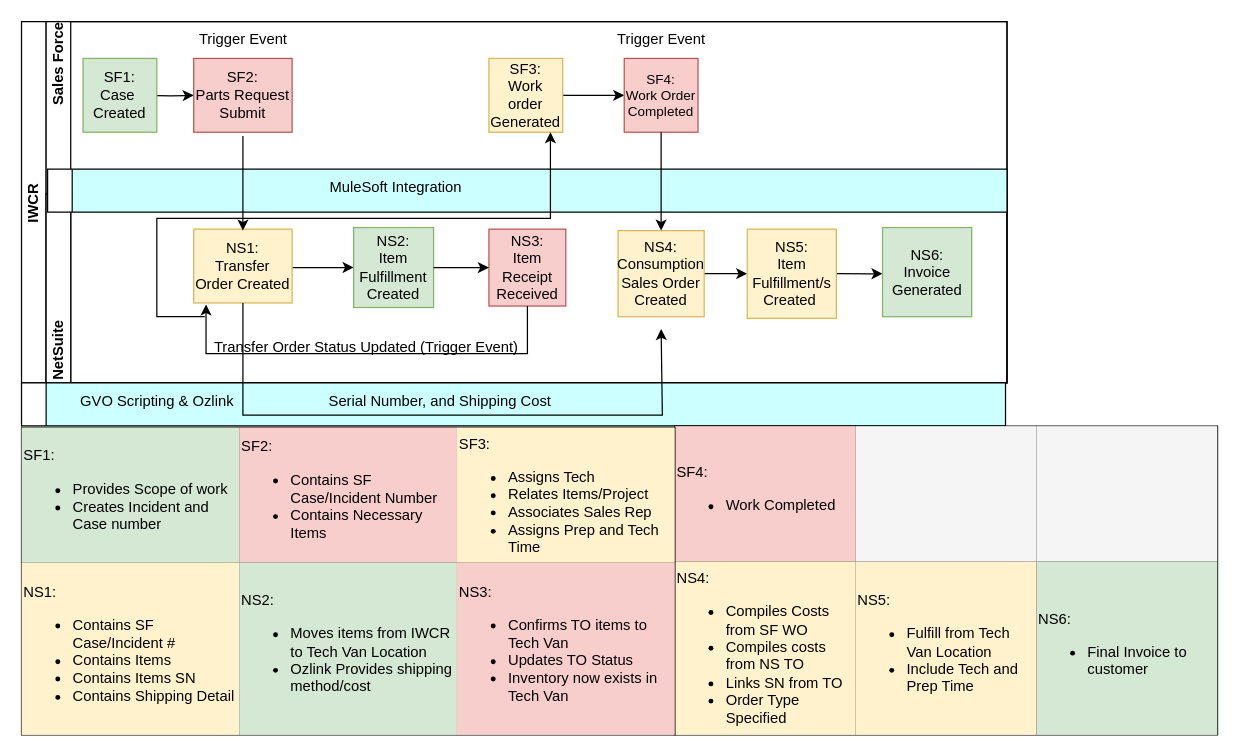
Above: Untitled Diagram.drawio in CWalrath/cwalrath.github.io (draw.io), before the change. Source tidied: cells renumbered, new cells numbered last; positions are measured from the earlier drawing's top-left corner, leaving out a move shared by most shapes. Both pictures are drawn from the tidied source at 123%, with x=0, y=0 at pixel (21, 21).
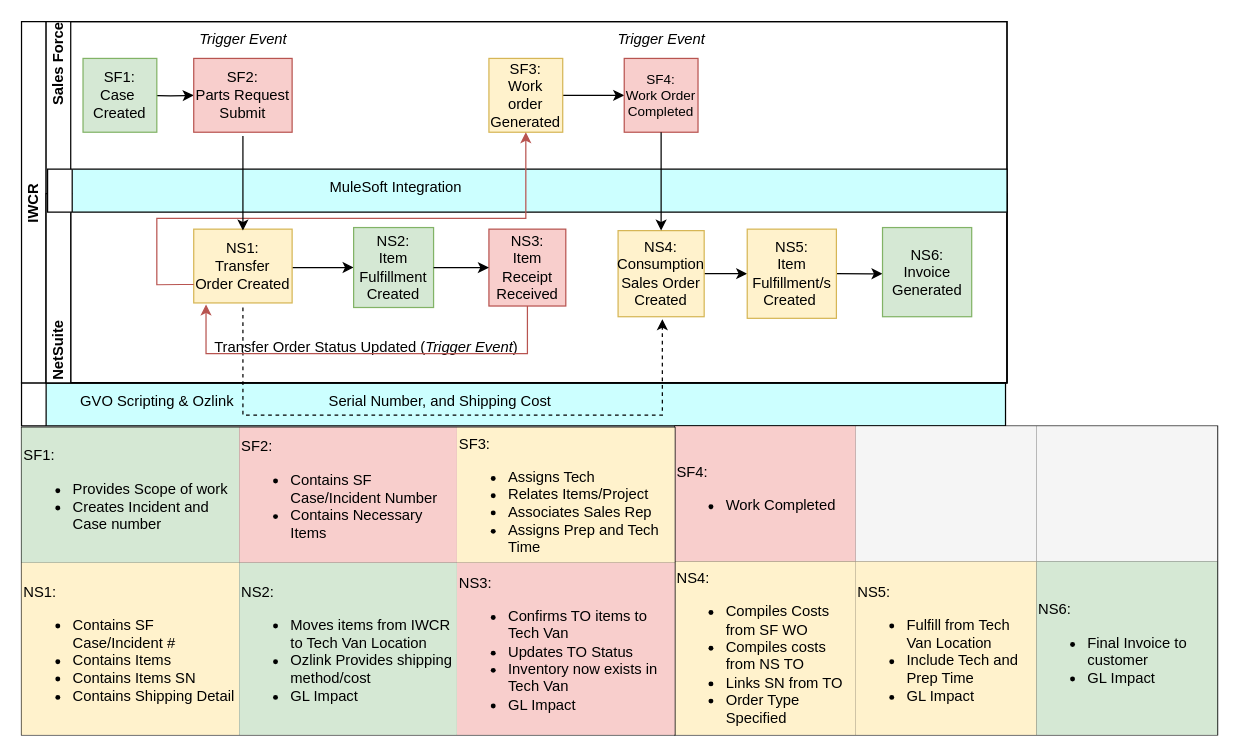
The same page after the edit.

The change refers to these unchanged cells:
```xml
<mxCell id="3" value="Sales Force" style="swimlane;html=1;startSize=20;horizontal=0;align=right;" parent="2" vertex="1">
  <mxGeometry x="20" width="781.2" height="293.8" as="geometry" />
</mxCell>
<mxCell id="8" value="SF3:&lt;div&gt;Work order Generated&lt;/div&gt;" style="rounded=0;whiteSpace=wrap;html=1;fontFamily=Helvetica;fontSize=12;align=center;fillColor=#fff2cc;strokeColor=#d6b656;" parent="3" vertex="1">
  <mxGeometry x="360" y="30" width="60" height="60" as="geometry" />
</mxCell>
<mxCell id="13" value="NetSuite" style="swimlane;html=1;startSize=20;horizontal=0;align=left;" parent="3" vertex="1">
  <mxGeometry y="140" width="781.2" height="153.8" as="geometry" />
</mxCell>
<mxCell id="15" value="NS1:&lt;div&gt;Transfer Order Created&lt;/div&gt;" style="rounded=0;whiteSpace=wrap;html=1;fontFamily=Helvetica;fontSize=12;align=center;fillColor=#fff2cc;strokeColor=#d6b656;" parent="13" vertex="1">
  <mxGeometry x="120" y="28.8" width="80" height="60" as="geometry" />
</mxCell>
<mxCell id="17" value="NS3:&lt;div&gt;Item Receipt Received&lt;/div&gt;" style="whiteSpace=wrap;html=1;fillColor=#f8cecc;strokeColor=#b85450;" parent="13" vertex="1">
  <mxGeometry x="360" y="28.8" width="62.5" height="62.5" as="geometry" />
</mxCell>
<mxCell id="19" value="NS4:&lt;div&gt;Consumption Sales Order&lt;div&gt;Created&lt;/div&gt;&lt;/div&gt;" style="whiteSpace=wrap;html=1;fillColor=#fff2cc;strokeColor=#d6b656;" parent="13" vertex="1">
  <mxGeometry x="465" y="30" width="70" height="70" as="geometry" />
</mxCell>
<mxCell id="38" style="shape=tableRow;horizontal=0;startSize=0;swimlaneHead=0;swimlaneBody=0;strokeColor=inherit;top=0;left=0;bottom=0;right=0;fillColor=none;fontSize=16;" parent="33" vertex="1">
  <mxGeometry y="110" width="441.2" height="141" as="geometry" />
</mxCell>
<mxCell id="47" style="shape=tableRow;horizontal=0;startSize=0;swimlaneHead=0;swimlaneBody=0;strokeColor=inherit;top=0;left=0;bottom=0;right=0;fillColor=none;fontSize=16;" parent="42" vertex="1">
  <mxGeometry y="110" width="531.2" height="140" as="geometry" />
</mxCell>
```

What changed in the source:
```diff
@@
+    <mxCell id="30" style="swimlane;html=1;startSize=20;horizontal=0;gradientColor=none;swimlaneFillColor=#CCFFFF;" parent="1" vertex="1">
+      <mxGeometry y="293.8" width="800" height="35" as="geometry" />
+    </mxCell>
+    <mxCell id="31" value="GVO Scripting &amp;amp; Ozlink" style="text;html=1;align=center;verticalAlign=middle;strokeColor=none;fillColor=none;" parent="30" vertex="1">
+      <mxGeometry x="35" width="150" height="30" as="geometry" />
+    </mxCell>
+    <mxCell id="32" value="Serial Number, and Shipping Cost" style="text;html=1;align=center;verticalAlign=middle;strokeColor=none;fillColor=none;" parent="30" vertex="1">
+      <mxGeometry x="240" width="200" height="30" as="geometry" />
+    </mxCell>
@@
-    <mxCell id="11" value="Trigger Event" style="text;html=1;align=center;verticalAlign=middle;strokeColor=none;fillColor=none;" parent="3" vertex="1">
+    <mxCell id="11" value="Trigger Event" style="text;html=1;align=center;verticalAlign=middle;strokeColor=none;fillColor=none;fontStyle=2;" parent="3" vertex="1">
       <mxGeometry x="110" width="100" height="30" as="geometry" />
     </mxCell>
-    <mxCell id="12" value="Trigger Event" style="text;html=1;align=center;verticalAlign=middle;strokeColor=none;fillColor=none;" parent="3" vertex="1">
+    <mxCell id="12" value="Trigger Event" style="text;html=1;align=center;verticalAlign=middle;strokeColor=none;fillColor=none;fontStyle=2;" parent="3" vertex="1">
       <mxGeometry x="450" width="100" height="30" as="geometry" />
     </mxCell>
@@
-    <mxCell id="24" value="Transfer Order Status Updated (Trigger Event)" style="text;html=1;align=center;verticalAlign=middle;strokeColor=none;fillColor=none;" parent="13" vertex="1">
+    <mxCell id="24" value="Transfer Order Status Updated (&lt;i&gt;Trigger Event&lt;/i&gt;)" style="text;html=1;align=center;verticalAlign=middle;strokeColor=none;fillColor=none;" parent="13" vertex="1">
       <mxGeometry x="125" y="110" width="270" height="30" as="geometry" />
     </mxCell>
+    <mxCell id="51" style="edgeStyle=orthogonalEdgeStyle;rounded=0;jettySize=auto;html=1;entryX=0.514;entryY=1.028;entryDx=0;entryDy=0;entryPerimeter=0;dashed=1;" parent="13" edge="1" target="19">
+      <mxGeometry relative="1" as="geometry">
+        <mxPoint x="160" y="92.5" as="sourcePoint" />
+        <Array as="points">
+          <mxPoint x="160" y="180" />
+          <mxPoint x="501" y="180" />
+        </Array>
+      </mxGeometry>
+    </mxCell>
@@
-    <mxCell id="28" style="edgeStyle=orthogonalEdgeStyle;rounded=0;jettySize=auto;html=1;" parent="3" edge="1" target="8">
+    <mxCell id="28" style="edgeStyle=orthogonalEdgeStyle;rounded=0;jettySize=auto;html=1;exitX=0;exitY=0.75;exitDx=0;exitDy=0;fillColor=#f8cecc;strokeColor=#b85450;" parent="3" edge="1" source="15" target="8">
       <mxGeometry relative="1" as="geometry">
-        <mxPoint x="129" y="240" as="sourcePoint" />
         <Array as="points">
-          <mxPoint x="129" y="240" />
-          <mxPoint x="90" y="240" />
+          <mxPoint x="110" y="214" />
+          <mxPoint x="90" y="214" />
           <mxPoint x="90" y="160" />
           <mxPoint x="410" y="160" />
         </Array>
       </mxGeometry>
     </mxCell>
@@
-    <mxCell id="30" style="swimlane;html=1;startSize=20;horizontal=0;gradientColor=none;swimlaneFillColor=#CCFFFF;" parent="1" vertex="1">
-      <mxGeometry y="293.8" width="800" height="35" as="geometry" />
-    </mxCell>
-    <mxCell id="31" value="GVO Scripting &amp;amp; Ozlink" style="text;html=1;align=center;verticalAlign=middle;strokeColor=none;fillColor=none;" parent="30" vertex="1">
-      <mxGeometry x="35" width="150" height="30" as="geometry" />
-    </mxCell>
-    <mxCell id="32" value="Serial Number, and Shipping Cost" style="text;html=1;align=center;verticalAlign=middle;strokeColor=none;fillColor=none;" parent="30" vertex="1">
-      <mxGeometry x="240" width="200" height="30" as="geometry" />
-    </mxCell>
@@
-    <mxCell id="40" value="&lt;font style=&quot;font-size: 12px;&quot;&gt;NS5:&lt;/font&gt;&lt;div style=&quot;font-size: 12px;&quot;&gt;&lt;ul&gt;&lt;li&gt;&lt;font style=&quot;font-size: 12px;&quot;&gt;Fulfill from Tech Van Location&lt;/font&gt;&lt;/li&gt;&lt;li&gt;&lt;font style=&quot;font-size: 12px;&quot;&gt;Include Tech and Prep Time&lt;/font&gt;&lt;/li&gt;&lt;/ul&gt;&lt;/div&gt;" style="shape=partialRectangle;html=1;whiteSpace=wrap;strokeColor=#d6b656;overflow=hidden;fillColor=#fff2cc;top=0;left=0;bottom=0;right=0;fontSize=16;align=left;" parent="38" vertex="1">
+    <mxCell id="40" value="&lt;font style=&quot;font-size: 12px;&quot;&gt;NS5:&lt;/font&gt;&lt;div style=&quot;font-size: 12px;&quot;&gt;&lt;ul&gt;&lt;li&gt;&lt;font style=&quot;font-size: 12px;&quot;&gt;Fulfill from Tech Van Location&lt;/font&gt;&lt;/li&gt;&lt;li&gt;&lt;font style=&quot;font-size: 12px;&quot;&gt;Include Tech and Prep Time&lt;/font&gt;&lt;/li&gt;&lt;li&gt;&lt;font style=&quot;font-size: 12px;&quot;&gt;GL Impact&lt;/font&gt;&lt;/li&gt;&lt;/ul&gt;&lt;/div&gt;" style="shape=partialRectangle;html=1;whiteSpace=wrap;strokeColor=#d6b656;overflow=hidden;fillColor=#fff2cc;top=0;left=0;bottom=0;right=0;fontSize=16;align=left;" parent="38" vertex="1">
       <mxGeometry x="147" width="147" height="141" as="geometry" />
     </mxCell>
-    <mxCell id="41" value="&lt;font style=&quot;font-size: 12px;&quot;&gt;NS6:&lt;/font&gt;&lt;div style=&quot;font-size: 12px;&quot;&gt;&lt;ul&gt;&lt;li&gt;&lt;font style=&quot;font-size: 12px;&quot;&gt;Final Invoice to customer&lt;/font&gt;&lt;/li&gt;&lt;/ul&gt;&lt;/div&gt;" style="shape=partialRectangle;html=1;whiteSpace=wrap;strokeColor=#82b366;overflow=hidden;fillColor=#d5e8d4;top=0;left=0;bottom=0;right=0;fontSize=16;align=left;" parent="38" vertex="1">
+    <mxCell id="41" value="&lt;font style=&quot;font-size: 12px;&quot;&gt;NS6:&lt;/font&gt;&lt;div style=&quot;font-size: 12px;&quot;&gt;&lt;ul&gt;&lt;li&gt;&lt;font style=&quot;font-size: 12px;&quot;&gt;Final Invoice to customer&lt;/font&gt;&lt;/li&gt;&lt;li&gt;&lt;font style=&quot;font-size: 12px;&quot;&gt;GL Impact&lt;/font&gt;&lt;/li&gt;&lt;/ul&gt;&lt;/div&gt;" style="shape=partialRectangle;html=1;whiteSpace=wrap;strokeColor=#82b366;overflow=hidden;fillColor=#d5e8d4;top=0;left=0;bottom=0;right=0;fontSize=16;align=left;" parent="38" vertex="1">
       <mxGeometry x="294" width="147" height="141" as="geometry" />
     </mxCell>
@@
-    <mxCell id="49" value="&lt;font style=&quot;font-size: 12px;&quot;&gt;NS2:&lt;/font&gt;&lt;div style=&quot;font-size: 12px;&quot;&gt;&lt;ul&gt;&lt;li&gt;&lt;font style=&quot;font-size: 12px;&quot;&gt;Moves items from IWCR to Tech Van Location&lt;/font&gt;&lt;/li&gt;&lt;li&gt;&lt;font style=&quot;font-size: 12px;&quot;&gt;Ozlink Provides shipping method/cost&lt;/font&gt;&lt;/li&gt;&lt;/ul&gt;&lt;/div&gt;" style="shape=partialRectangle;html=1;whiteSpace=wrap;strokeColor=#82b366;overflow=hidden;fillColor=#d5e8d4;top=0;left=0;bottom=0;right=0;fontSize=16;align=left;" parent="47" vertex="1">
+    <mxCell id="49" value="&lt;font style=&quot;font-size: 12px;&quot;&gt;NS2:&lt;/font&gt;&lt;div style=&quot;font-size: 12px;&quot;&gt;&lt;ul&gt;&lt;li&gt;&lt;font style=&quot;font-size: 12px;&quot;&gt;Moves items from IWCR to Tech Van Location&lt;/font&gt;&lt;/li&gt;&lt;li&gt;&lt;font style=&quot;font-size: 12px;&quot;&gt;Ozlink Provides shipping method/cost&lt;/font&gt;&lt;/li&gt;&lt;li&gt;&lt;font style=&quot;font-size: 12px;&quot;&gt;GL Impact&lt;/font&gt;&lt;/li&gt;&lt;/ul&gt;&lt;/div&gt;" style="shape=partialRectangle;html=1;whiteSpace=wrap;strokeColor=#82b366;overflow=hidden;fillColor=#d5e8d4;top=0;left=0;bottom=0;right=0;fontSize=16;align=left;" parent="47" vertex="1">
       <mxGeometry x="177" width="177" height="140" as="geometry" />
     </mxCell>
-    <mxCell id="50" value="&lt;font style=&quot;font-size: 12px;&quot;&gt;NS3:&lt;/font&gt;&lt;div style=&quot;font-size: 12px;&quot;&gt;&lt;ul&gt;&lt;li&gt;Confirms TO items to Tech Van&lt;/li&gt;&lt;li&gt;Updates TO Status&lt;/li&gt;&lt;li&gt;Inventory now exists in Tech Van&lt;/li&gt;&lt;/ul&gt;&lt;/div&gt;" style="shape=partialRectangle;html=1;whiteSpace=wrap;strokeColor=#b85450;overflow=hidden;fillColor=#f8cecc;top=0;left=0;bottom=0;right=0;fontSize=16;align=left;" parent="47" vertex="1">
+    <mxCell id="50" value="&lt;font style=&quot;font-size: 12px;&quot;&gt;NS3:&lt;/font&gt;&lt;div style=&quot;font-size: 12px;&quot;&gt;&lt;ul&gt;&lt;li&gt;Confirms TO items to Tech Van&lt;/li&gt;&lt;li&gt;Updates TO Status&lt;/li&gt;&lt;li&gt;Inventory now exists in Tech Van&lt;/li&gt;&lt;li&gt;GL Impact&lt;/li&gt;&lt;/ul&gt;&lt;/div&gt;" style="shape=partialRectangle;html=1;whiteSpace=wrap;strokeColor=#b85450;overflow=hidden;fillColor=#f8cecc;top=0;left=0;bottom=0;right=0;fontSize=16;align=left;" parent="47" vertex="1">
       <mxGeometry x="354" width="177" height="140" as="geometry" />
     </mxCell>
-    <mxCell id="51" style="edgeStyle=orthogonalEdgeStyle;rounded=0;jettySize=auto;html=1;" parent="1" edge="1" source="15">
-      <mxGeometry relative="1" as="geometry">
-        <mxPoint x="520" y="250" as="targetPoint" />
-        <Array as="points">
-          <mxPoint x="180" y="320" />
-          <mxPoint x="521" y="320" />
-        </Array>
-      </mxGeometry>
-    </mxCell>
-    <mxCell id="52" style="edgeStyle=orthogonalEdgeStyle;rounded=0;jettySize=auto;html=1;" parent="1" edge="1" source="17">
+    <mxCell id="52" style="edgeStyle=orthogonalEdgeStyle;rounded=0;jettySize=auto;html=1;fillColor=#f8cecc;strokeColor=#b85450;" parent="1" edge="1" source="17">
       <mxGeometry relative="1" as="geometry">
         <mxPoint x="150" y="230" as="targetPoint" />
         <Array as="points">
           <mxPoint x="411" y="270" />
           <mxPoint x="150" y="270" />
           <mxPoint x="150" y="230" />
         </Array>
       </mxGeometry>
     </mxCell>
```
